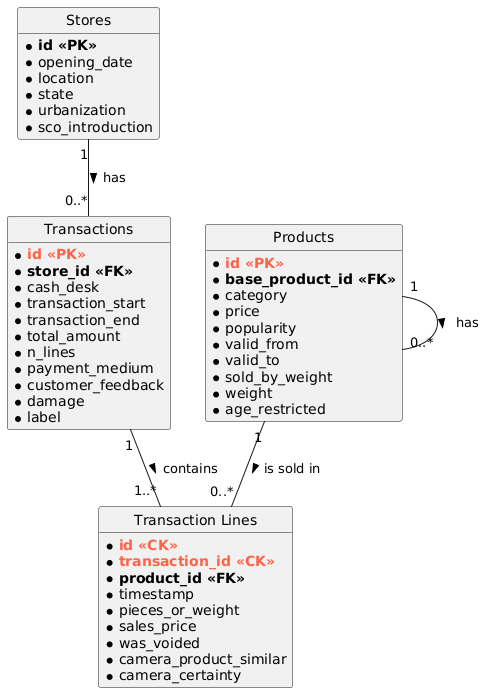
Before: datenmodell.png, a diagram exported from PlantUML (David-Leatham/project_data_science).
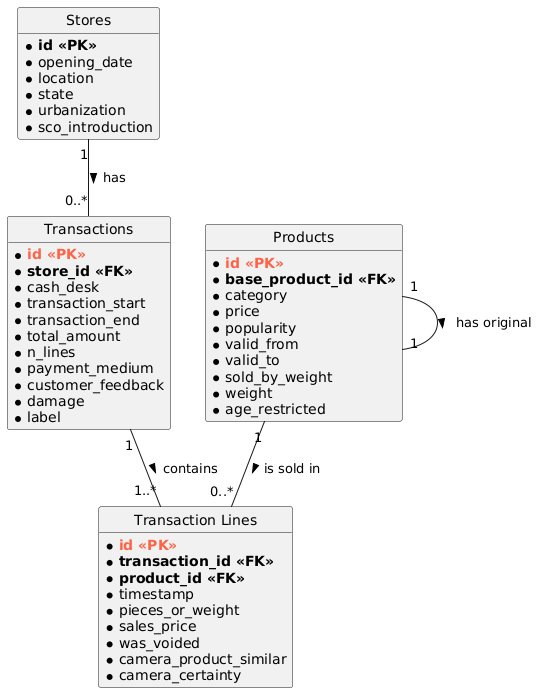
After the commit.

Diff of the diagram source:
```diff
@@ -40,8 +40,8 @@
 }
 
 class "Transaction Lines" as tl {
-  * <color:Tomato>**id <<CK>>**</color>
-  * <color:Tomato>**transaction_id <<CK>>**</color>
+  * <color:Tomato>**id <<PK>>**</color>
+  * **transaction_id <<FK>>**
   * **product_id <<FK>>**
   * timestamp
   * pieces_or_weight
@@ -51,7 +51,7 @@
   * camera_certainty
 }
 
-p "1" -- "0..*" p : has >
+p "1" -- "1" p : has original >
 s "1" -- "0..*" t : has >
 p "1" -- "0..*" tl : is sold in >
 t "1" -- "1..*" tl : contains >
```
